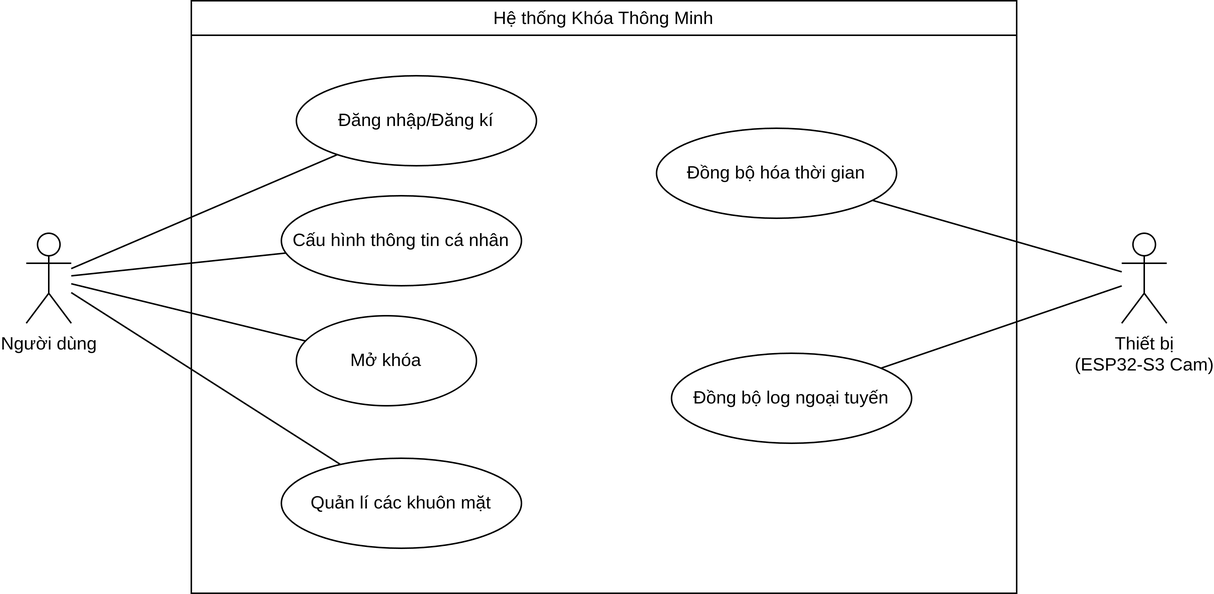
The draw.io diagram latex/images/usecase-tông quan.png in lqdung24/project2-smartlock, before a commit. Source tidied: cells renumbered, new cells last; positions are measured from the earlier drawing's top-left corner, leaving out a move shared by most shapes. Its diagram source:
```xml
<mxGraphModel>
  <root>
    <mxCell id="0" />
    <mxCell id="1" parent="0" />
    <mxCell id="2" value="Hệ thống Khóa Thông Minh" style="shape=swimlane;whiteSpace=wrap;html=1;startSize=23;" parent="1" vertex="1">
      <mxGeometry x="110" width="550" height="395" as="geometry" />
    </mxCell>
    <mxCell id="3" value="Đăng nhập/Đăng kí" style="ellipse;whiteSpace=wrap;html=1;" parent="2" vertex="1">
      <mxGeometry x="70" y="50" width="160" height="60" as="geometry" />
    </mxCell>
    <mxCell id="4" value="Mở khóa" style="ellipse;whiteSpace=wrap;html=1;" parent="2" vertex="1">
      <mxGeometry x="70" y="210" width="120" height="60" as="geometry" />
    </mxCell>
    <mxCell id="5" value="Đồng bộ log ngoại tuyến" style="ellipse;whiteSpace=wrap;html=1;" parent="2" vertex="1">
      <mxGeometry x="320" y="235" width="160" height="60" as="geometry" />
    </mxCell>
    <mxCell id="6" value="Quản lí các khuôn mặt" style="ellipse;whiteSpace=wrap;html=1;" parent="2" vertex="1">
      <mxGeometry x="60" y="305" width="160" height="60" as="geometry" />
    </mxCell>
    <mxCell id="7" value="Cấu hình thông tin cá nhân" style="ellipse;whiteSpace=wrap;html=1;" parent="2" vertex="1">
      <mxGeometry x="60" y="130" width="160" height="60" as="geometry" />
    </mxCell>
    <mxCell id="8" value="Đồng bộ hóa thời gian" style="ellipse;whiteSpace=wrap;html=1;" parent="2" vertex="1">
      <mxGeometry x="310" y="85" width="160" height="60" as="geometry" />
    </mxCell>
    <mxCell id="9" style="rounded=0;jettySize=auto;html=1;endArrow=none;endFill=0;" parent="1" edge="1" source="10" target="3">
      <mxGeometry relative="1" as="geometry" />
    </mxCell>
    <mxCell id="10" value="Người dùng" style="shape=umlActor;verticalLabelPosition=bottom;verticalAlign=top;html=1;outlineConnect=0;" parent="1" vertex="1">
      <mxGeometry y="155" width="30" height="60" as="geometry" />
    </mxCell>
    <mxCell id="11" value="Thiết bị&#10;(ESP32-S3 Cam)" style="shape=umlActor;verticalLabelPosition=bottom;verticalAlign=top;html=1;outlineConnect=0;" parent="1" vertex="1">
      <mxGeometry x="730" y="155" width="30" height="60" as="geometry" />
    </mxCell>
    <mxCell id="12" style="rounded=0;jettySize=auto;html=1;endArrow=none;endFill=0;" parent="1" edge="1" source="10" target="4">
      <mxGeometry relative="1" as="geometry" />
    </mxCell>
    <mxCell id="13" style="rounded=0;jettySize=auto;html=1;endArrow=none;endFill=0;" parent="1" edge="1" source="6" target="10">
      <mxGeometry relative="1" as="geometry" />
    </mxCell>
    <mxCell id="14" style="rounded=0;jettySize=auto;html=1;endArrow=none;endFill=0;" parent="1" edge="1" source="10" target="7">
      <mxGeometry relative="1" as="geometry" />
    </mxCell>
    <mxCell id="15" style="rounded=0;jettySize=auto;html=1;endArrow=none;endFill=0;" parent="1" edge="1" source="5" target="11">
      <mxGeometry relative="1" as="geometry" />
    </mxCell>
    <mxCell id="16" style="rounded=0;jettySize=auto;html=1;endArrow=none;endFill=0;" parent="1" edge="1" source="8" target="11">
      <mxGeometry relative="1" as="geometry" />
    </mxCell>
  </root>
</mxGraphModel>
```
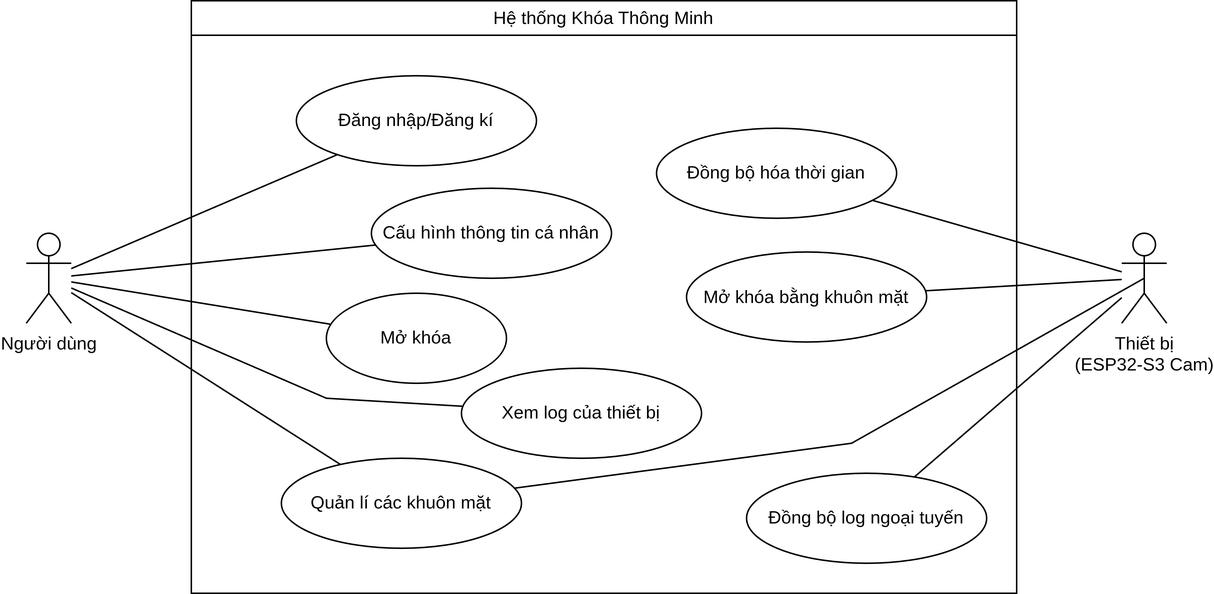
Later version of the same file.

The edit, as a diff of the source:
```diff
@@ -9,20 +9,26 @@
       <mxGeometry x="70" y="50" width="160" height="60" as="geometry" />
     </mxCell>
     <mxCell id="4" value="Mở khóa" style="ellipse;whiteSpace=wrap;html=1;" parent="2" vertex="1">
-      <mxGeometry x="70" y="210" width="120" height="60" as="geometry" />
+      <mxGeometry x="90" y="195" width="120" height="60" as="geometry" />
     </mxCell>
     <mxCell id="5" value="Đồng bộ log ngoại tuyến" style="ellipse;whiteSpace=wrap;html=1;" parent="2" vertex="1">
-      <mxGeometry x="320" y="235" width="160" height="60" as="geometry" />
+      <mxGeometry x="370" y="315" width="160" height="60" as="geometry" />
     </mxCell>
     <mxCell id="6" value="Quản lí các khuôn mặt" style="ellipse;whiteSpace=wrap;html=1;" parent="2" vertex="1">
       <mxGeometry x="60" y="305" width="160" height="60" as="geometry" />
     </mxCell>
     <mxCell id="7" value="Cấu hình thông tin cá nhân" style="ellipse;whiteSpace=wrap;html=1;" parent="2" vertex="1">
-      <mxGeometry x="60" y="130" width="160" height="60" as="geometry" />
+      <mxGeometry x="120" y="125" width="160" height="60" as="geometry" />
     </mxCell>
     <mxCell id="8" value="Đồng bộ hóa thời gian" style="ellipse;whiteSpace=wrap;html=1;" parent="2" vertex="1">
       <mxGeometry x="310" y="85" width="160" height="60" as="geometry" />
     </mxCell>
+    <mxCell id="17" value="Xem log của thiết bị" style="ellipse;whiteSpace=wrap;html=1;" parent="2" vertex="1">
+      <mxGeometry x="180" y="245" width="160" height="60" as="geometry" />
+    </mxCell>
+    <mxCell id="18" value="Mở khóa bằng khuôn mặt" style="ellipse;whiteSpace=wrap;html=1;" parent="2" vertex="1">
+      <mxGeometry x="330" y="167.5" width="160" height="60" as="geometry" />
+    </mxCell>
     <mxCell id="9" style="rounded=0;jettySize=auto;html=1;endArrow=none;endFill=0;" parent="1" edge="1" source="10" target="3">
       <mxGeometry relative="1" as="geometry" />
     </mxCell>
@@ -47,5 +53,22 @@
     <mxCell id="16" style="rounded=0;jettySize=auto;html=1;endArrow=none;endFill=0;" parent="1" edge="1" source="8" target="11">
       <mxGeometry relative="1" as="geometry" />
     </mxCell>
+    <mxCell id="19" style="rounded=0;jettySize=auto;html=1;endArrow=none;endFill=0;" parent="1" edge="1" source="17" target="10">
+      <mxGeometry relative="1" as="geometry">
+        <Array as="points">
+          <mxPoint x="200" y="265" />
+        </Array>
+      </mxGeometry>
+    </mxCell>
+    <mxCell id="20" style="rounded=0;jettySize=auto;html=1;entryX=0.5;entryY=0.5;entryDx=0;entryDy=0;entryPerimeter=0;endArrow=none;endFill=0;" parent="1" edge="1" source="6" target="11">
+      <mxGeometry relative="1" as="geometry">
+        <Array as="points">
+          <mxPoint x="550" y="295" />
+        </Array>
+      </mxGeometry>
+    </mxCell>
+    <mxCell id="21" style="rounded=0;jettySize=auto;html=1;endArrow=none;endFill=0;" parent="1" edge="1" source="18" target="11">
+      <mxGeometry relative="1" as="geometry" />
+    </mxCell>
   </root>
 </mxGraphModel>
```
